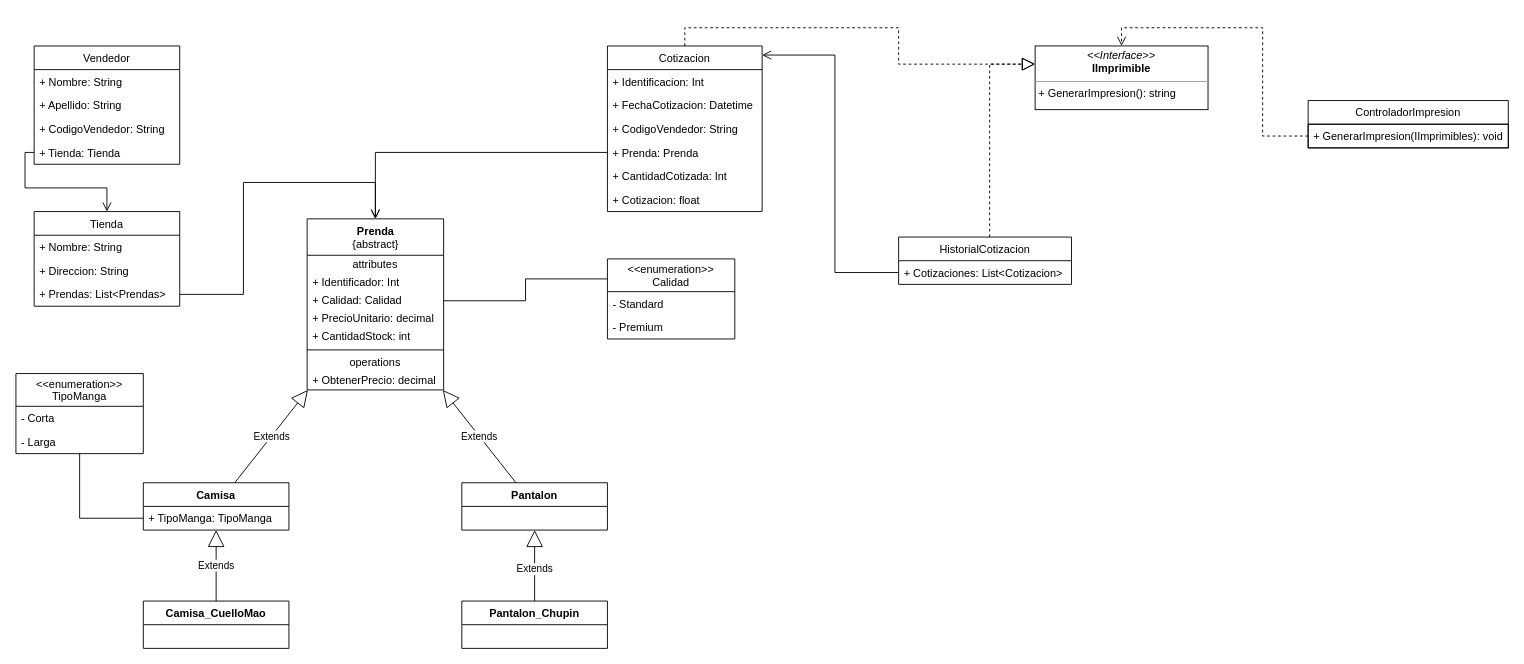
This is Diagrama UML.drawio from Kazte/ventas-app, a draw.io file, before an edit. Source tidied: cells renumbered, new cells numbered last; positions are measured from the earlier drawing's top-left corner, leaving out a move shared by most shapes. Both pictures are drawn from the tidied source at 91%, with x=0, y=0 at pixel (15, 27).
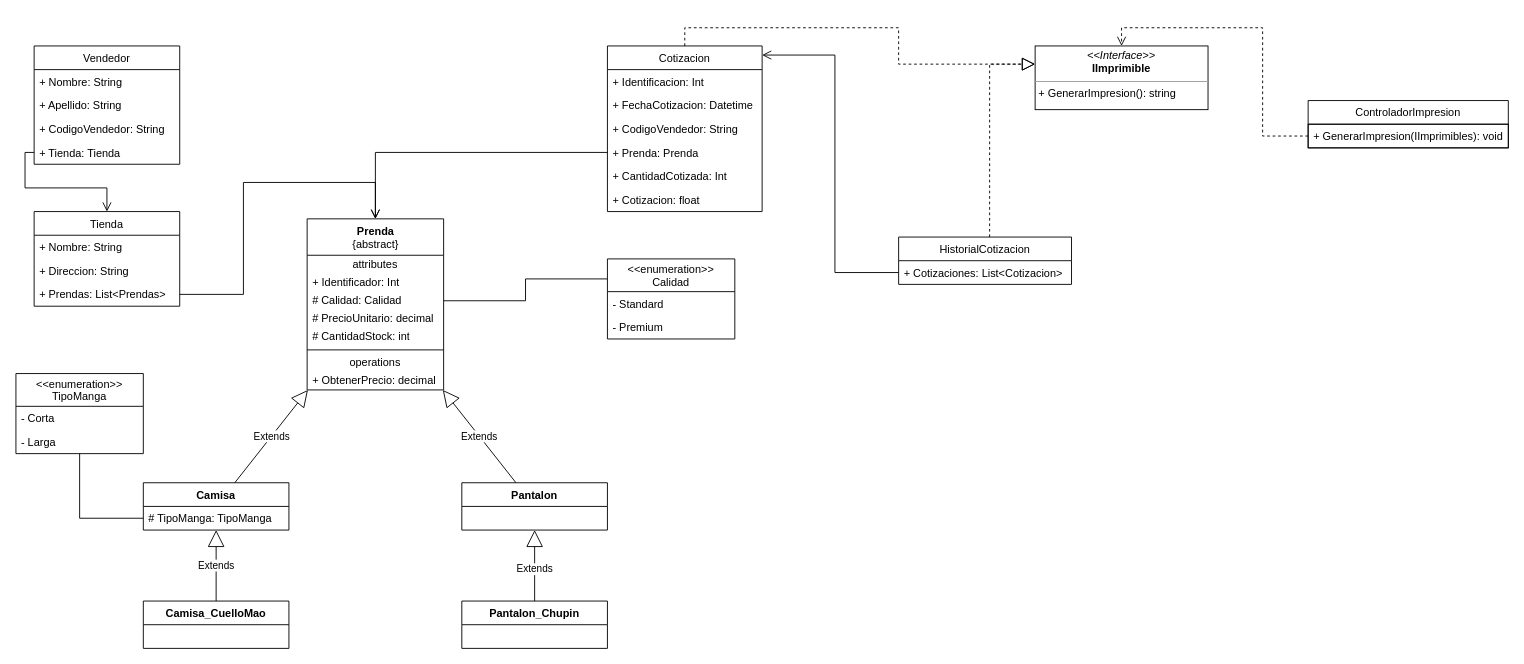
After the change.

Unchanged cells that the change refers to:
```xml
<mxCell id="22" value="&lt;b&gt;Prenda&lt;/b&gt;&lt;br&gt;{abstract}" style="swimlane;fontStyle=0;align=center;verticalAlign=top;horizontal=1;startSize=40;html=1;" parent="1" vertex="1">
  <mxGeometry x="320" y="210" width="150" height="188" as="geometry" />
</mxCell>
<mxCell id="31" value="Camisa" style="swimlane;fontStyle=1;align=center;verticalAlign=top;horizontal=1;startSize=26;" parent="1" vertex="1">
  <mxGeometry x="140" y="500" width="160" height="52" as="geometry" />
</mxCell>
```

What changed in the source:
```diff
@@
-    <mxCell id="25" value="+ Calidad: Calidad" style="text;html=1;strokeColor=none;fillColor=none;align=left;verticalAlign=middle;spacingLeft=4;spacingRight=4;overflow=hidden;points=[[0,0.5],[1,0.5]];portConstraint=eastwest;" parent="22" vertex="1">
+    <mxCell id="25" value="# Calidad: Calidad" style="text;html=1;strokeColor=none;fillColor=none;align=left;verticalAlign=middle;spacingLeft=4;spacingRight=4;overflow=hidden;points=[[0,0.5],[1,0.5]];portConstraint=eastwest;" parent="22" vertex="1">
       <mxGeometry y="80" width="150" height="20" as="geometry" />
     </mxCell>
-    <mxCell id="26" value="+ PrecioUnitario: decimal" style="text;html=1;strokeColor=none;fillColor=none;align=left;verticalAlign=middle;spacingLeft=4;spacingRight=4;overflow=hidden;" parent="22" vertex="1">
+    <mxCell id="26" value="# PrecioUnitario: decimal" style="text;html=1;strokeColor=none;fillColor=none;align=left;verticalAlign=middle;spacingLeft=4;spacingRight=4;overflow=hidden;" parent="22" vertex="1">
       <mxGeometry y="100" width="150" height="20" as="geometry" />
     </mxCell>
-    <mxCell id="27" value="+ CantidadStock: int" style="text;html=1;strokeColor=none;fillColor=none;align=left;verticalAlign=middle;spacingLeft=4;spacingRight=4;overflow=hidden;" parent="22" vertex="1">
+    <mxCell id="27" value="# CantidadStock: int" style="text;html=1;strokeColor=none;fillColor=none;align=left;verticalAlign=middle;spacingLeft=4;spacingRight=4;overflow=hidden;" parent="22" vertex="1">
       <mxGeometry y="120" width="150" height="20" as="geometry" />
     </mxCell>
@@
-    <mxCell id="32" value="+ TipoManga: TipoManga" style="text;strokeColor=none;fillColor=none;align=left;verticalAlign=top;spacingLeft=4;spacingRight=4;overflow=hidden;points=[[0,0.5],[1,0.5]];portConstraint=eastwest;" parent="31" vertex="1">
+    <mxCell id="32" value="# TipoManga: TipoManga" style="text;strokeColor=none;fillColor=none;align=left;verticalAlign=top;spacingLeft=4;spacingRight=4;overflow=hidden;points=[[0,0.5],[1,0.5]];portConstraint=eastwest;" parent="31" vertex="1">
       <mxGeometry y="26" width="160" height="26" as="geometry" />
     </mxCell>
```
